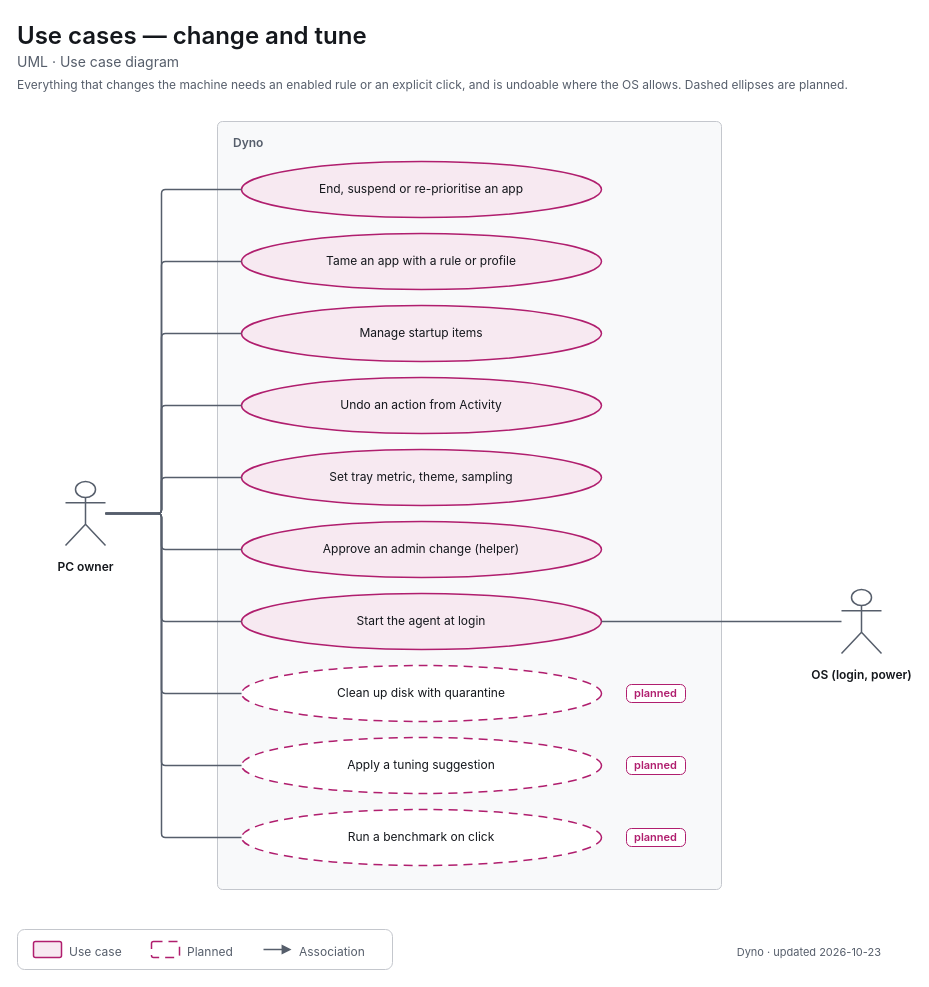
decryp7/paddock keeps this draw.io diagram as apps/dyno/diagrams/uml-use-cases-act.drawio. Above is the earlier version. Source tidied: cells renumbered, new cells numbered last; positions are measured from the earlier drawing's top-left corner, leaving out a move shared by most shapes. Both pictures are drawn from the tidied source at 100%, with x=0, y=0 at pixel (17, 17).
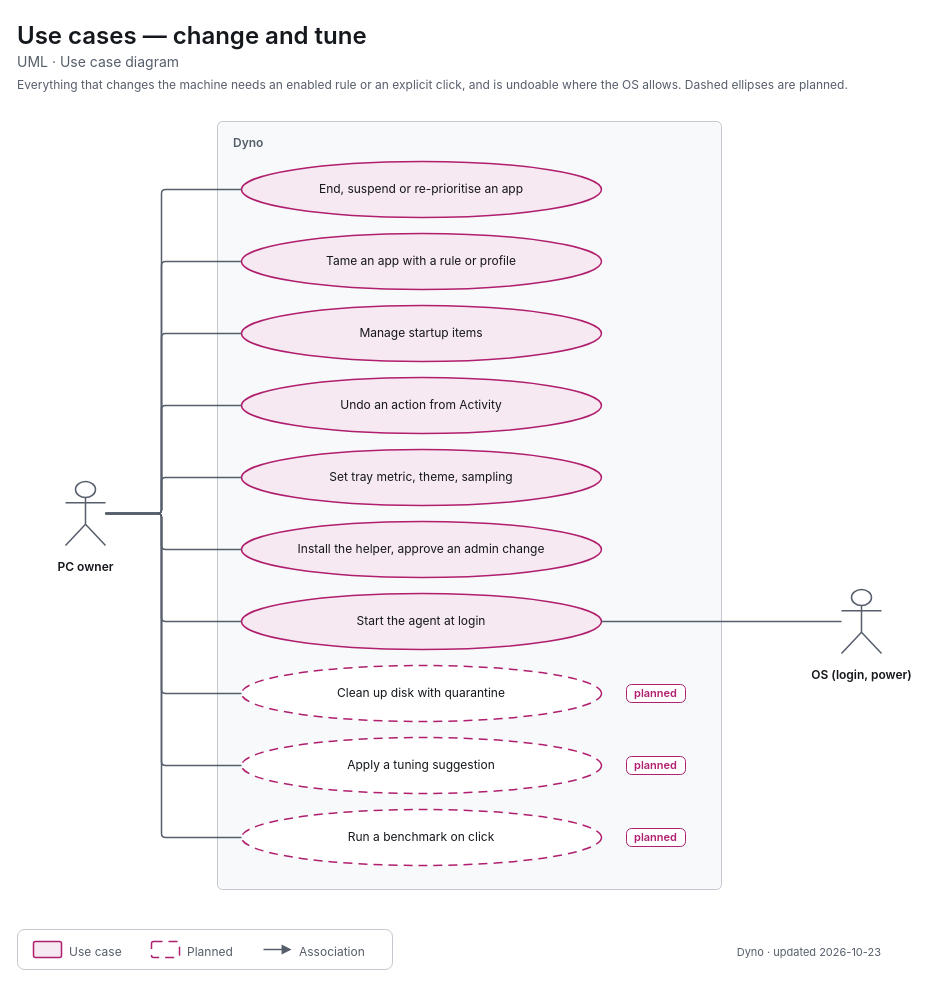
The same page after the edit.

The edit, as a diff of the source:
```diff
@@
-    <mxCell id="11" value="&lt;span style=&quot;font-size:12px&quot;&gt;Approve an admin change (helper)&lt;/span&gt;" style="html=1;whiteSpace=wrap;fontFamily=-apple-system,BlinkMacSystemFont,Segoe UI,system-ui,sans-serif;fontSize=12;fontColor=light-dark(#14171C,#ECEEF1);ellipse;strokeWidth=1.5;strokeColor=light-dark(#B01E6E,#F063A8);fillColor=light-dark(#F7E9F1,#382332);align=center;verticalAlign=middle;spacingLeft=28;spacingRight=28;" parent="1" vertex="1">
+    <mxCell id="11" value="&lt;span style=&quot;font-size:12px&quot;&gt;Install the helper, approve an admin change&lt;/span&gt;" style="html=1;whiteSpace=wrap;fontFamily=-apple-system,BlinkMacSystemFont,Segoe UI,system-ui,sans-serif;fontSize=12;fontColor=light-dark(#14171C,#ECEEF1);ellipse;strokeWidth=1.5;strokeColor=light-dark(#B01E6E,#F063A8);fillColor=light-dark(#F7E9F1,#382332);align=center;verticalAlign=middle;spacingLeft=28;spacingRight=28;" parent="1" vertex="1">
       <mxGeometry x="224" y="504" width="360" height="56" as="geometry" />
     </mxCell>
```
